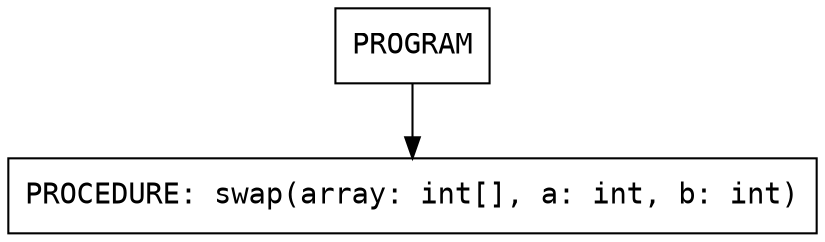
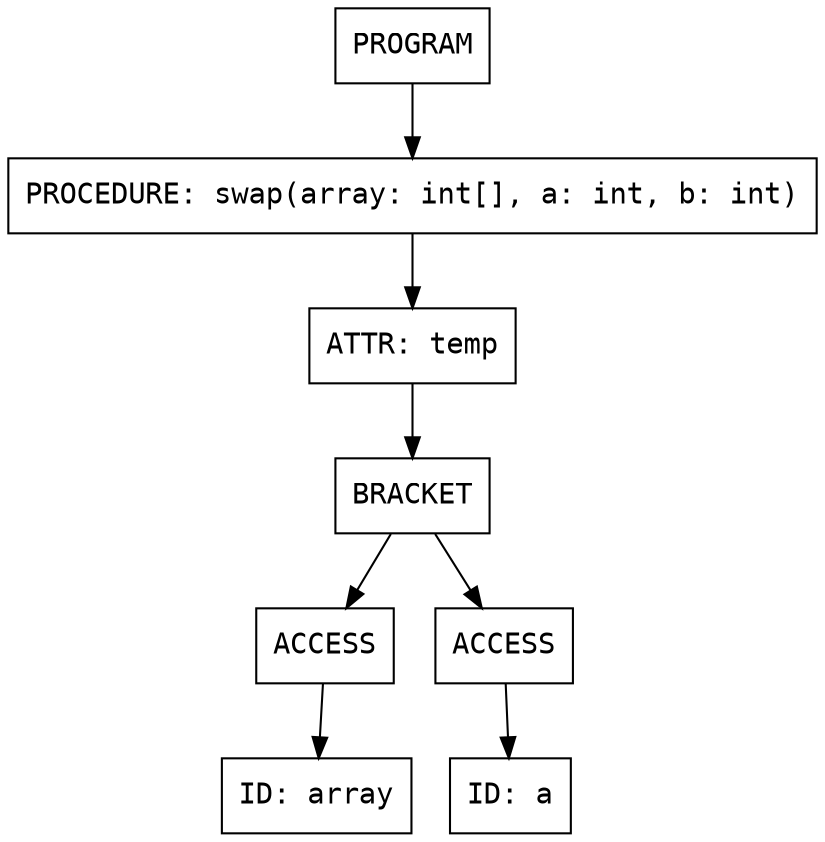
digraph AST {
  node [shape=box, fontname="Courier"];
-   "0x55557d265dc0" [label="PROGRAM"];
-   "0x55557d265dc0" -> "0x55557d265e30";
-   "0x55557d265e30" [label="PROCEDURE: swap(array: int[], a: int, b: int)"];
+   "0x55555ee6ceb0" [label="PROGRAM"];
+   "0x55555ee6ceb0" -> "0x55555ee6d2b0";
+   "0x55555ee6d2b0" [label="PROCEDURE: swap(array: int[], a: int, b: int)"];
+   "0x55555ee6d2b0" -> "0x55555ee6d220";
+   "0x55555ee6d220" [label="ATTR: temp"];
+   "0x55555ee6d220" -> "0x55555ee6d1b0";
+   "0x55555ee6d1b0" [label="BRACKET"];
+   "0x55555ee6d1b0" -> "0x55555ee6cf20";
+   "0x55555ee6cf20" [label="ACCESS"];
+   "0x55555ee6cf20" -> "0x55555ee6d0f0";
+   "0x55555ee6d0f0" [label="ID: array"];
+   "0x55555ee6d1b0" -> "0x55555ee6cf90";
+   "0x55555ee6cf90" [label="ACCESS"];
+   "0x55555ee6cf90" -> "0x55555ee6d150";
+   "0x55555ee6d150" [label="ID: a"];
}
